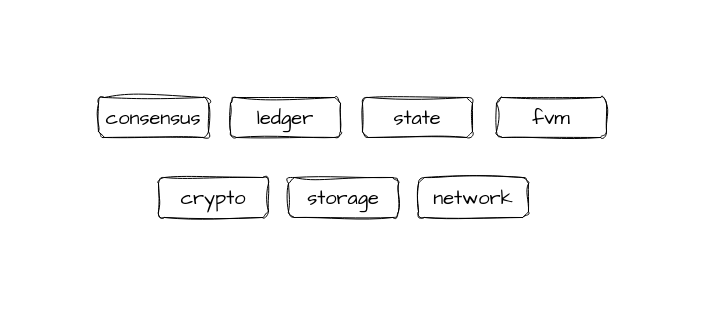
Above: flow.drawio in shiqinfeng1/go-playground (draw.io), before the change. Source tidied: cells renumbered, new cells numbered last; positions are measured from the earlier drawing's top-left corner, leaving out a move shared by most shapes. Both pictures are drawn from the tidied source at 100%, with x=0, y=0 at pixel (98, 97).
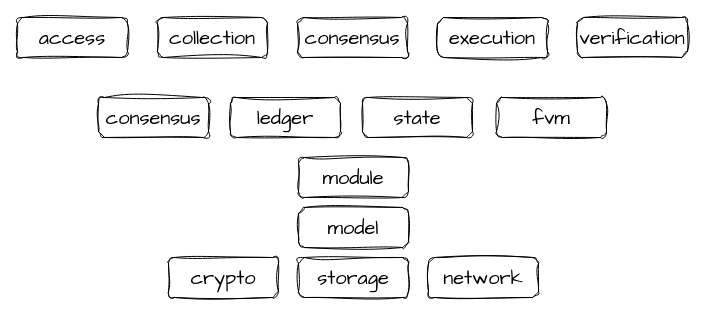
Above is the later version.

What changed in the source:
```diff
@@
 <mxGraphModel>
   <root>
     <mxCell id="0" />
     <mxCell id="1" parent="0" />
     <mxCell id="2" value="consensus" style="rounded=1;whiteSpace=wrap;html=1;sketch=1;hachureGap=4;jiggle=2;curveFitting=1;fontFamily=Architects Daughter;fontSize=20;" parent="1" vertex="1">
       <mxGeometry width="110" height="40" as="geometry" />
     </mxCell>
     <mxCell id="3" value="ledger" style="rounded=1;whiteSpace=wrap;html=1;sketch=1;hachureGap=4;jiggle=2;curveFitting=1;fontFamily=Architects Daughter;fontSize=20;" parent="1" vertex="1">
       <mxGeometry x="132" width="110" height="40" as="geometry" />
     </mxCell>
     <mxCell id="4" value="state" style="rounded=1;whiteSpace=wrap;html=1;sketch=1;hachureGap=4;jiggle=2;curveFitting=1;fontFamily=Architects Daughter;fontSize=20;" parent="1" vertex="1">
       <mxGeometry x="264" width="110" height="40" as="geometry" />
     </mxCell>
     <mxCell id="5" value="crypto" style="rounded=1;whiteSpace=wrap;html=1;sketch=1;hachureGap=4;jiggle=2;curveFitting=1;fontFamily=Architects Daughter;fontSize=20;" parent="1" vertex="1">
-      <mxGeometry x="60" y="80" width="110" height="40" as="geometry" />
+      <mxGeometry x="70" y="160" width="110" height="40" as="geometry" />
     </mxCell>
     <mxCell id="6" value="storage" style="rounded=1;whiteSpace=wrap;html=1;sketch=1;hachureGap=4;jiggle=2;curveFitting=1;fontFamily=Architects Daughter;fontSize=20;" parent="1" vertex="1">
-      <mxGeometry x="190" y="80" width="110" height="40" as="geometry" />
+      <mxGeometry x="200" y="160" width="110" height="40" as="geometry" />
     </mxCell>
     <mxCell id="7" value="network" style="rounded=1;whiteSpace=wrap;html=1;sketch=1;hachureGap=4;jiggle=2;curveFitting=1;fontFamily=Architects Daughter;fontSize=20;" parent="1" vertex="1">
-      <mxGeometry x="320" y="80" width="110" height="40" as="geometry" />
+      <mxGeometry x="330" y="160" width="110" height="40" as="geometry" />
     </mxCell>
     <mxCell id="8" value="fvm" style="rounded=1;whiteSpace=wrap;html=1;sketch=1;hachureGap=4;jiggle=2;curveFitting=1;fontFamily=Architects Daughter;fontSize=20;" parent="1" vertex="1">
       <mxGeometry x="398" width="110" height="40" as="geometry" />
     </mxCell>
+    <mxCell id="9" value="access" style="rounded=1;whiteSpace=wrap;html=1;sketch=1;hachureGap=4;jiggle=2;curveFitting=1;fontFamily=Architects Daughter;fontSize=20;" parent="1" vertex="1">
+      <mxGeometry x="-81" y="-80" width="110" height="40" as="geometry" />
+    </mxCell>
+    <mxCell id="10" value="collection" style="rounded=1;whiteSpace=wrap;html=1;sketch=1;hachureGap=4;jiggle=2;curveFitting=1;fontFamily=Architects Daughter;fontSize=20;" parent="1" vertex="1">
+      <mxGeometry x="59" y="-80" width="110" height="40" as="geometry" />
+    </mxCell>
+    <mxCell id="11" value="consensus" style="rounded=1;whiteSpace=wrap;html=1;sketch=1;hachureGap=4;jiggle=2;curveFitting=1;fontFamily=Architects Daughter;fontSize=20;" parent="1" vertex="1">
+      <mxGeometry x="199" y="-80" width="110" height="40" as="geometry" />
+    </mxCell>
+    <mxCell id="12" value="execution" style="rounded=1;whiteSpace=wrap;html=1;sketch=1;hachureGap=4;jiggle=2;curveFitting=1;fontFamily=Architects Daughter;fontSize=20;" parent="1" vertex="1">
+      <mxGeometry x="339" y="-80" width="110" height="40" as="geometry" />
+    </mxCell>
+    <mxCell id="13" value="verification" style="rounded=1;whiteSpace=wrap;html=1;sketch=1;hachureGap=4;jiggle=2;curveFitting=1;fontFamily=Architects Daughter;fontSize=20;" parent="1" vertex="1">
+      <mxGeometry x="479" y="-80" width="110" height="40" as="geometry" />
+    </mxCell>
+    <mxCell id="14" value="model" style="rounded=1;whiteSpace=wrap;html=1;sketch=1;hachureGap=4;jiggle=2;curveFitting=1;fontFamily=Architects Daughter;fontSize=20;" parent="1" vertex="1">
+      <mxGeometry x="200" y="110" width="110" height="40" as="geometry" />
+    </mxCell>
+    <mxCell id="15" value="module" style="rounded=1;whiteSpace=wrap;html=1;sketch=1;hachureGap=4;jiggle=2;curveFitting=1;fontFamily=Architects Daughter;fontSize=20;" parent="1" vertex="1">
+      <mxGeometry x="200" y="60" width="110" height="40" as="geometry" />
+    </mxCell>
   </root>
 </mxGraphModel>
```
